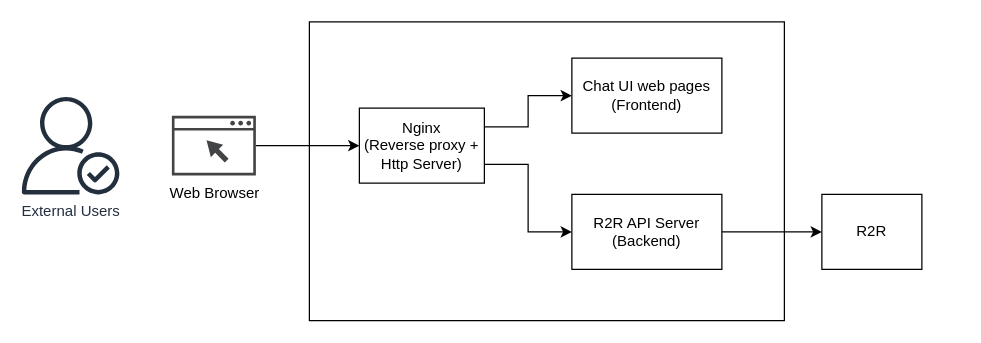
Earlier version of the draw.io diagram page "Demo implementation" (6 of 6) of Help Center Buddy.drawio (yaohuiwu/SimpleFS). Source tidied: cells renumbered, new cells numbered last; positions are measured from the earlier drawing's top-left corner, leaving out a move shared by most shapes. Both pictures are drawn from the tidied source at 125%, with x=0, y=0 at pixel (21, 21).
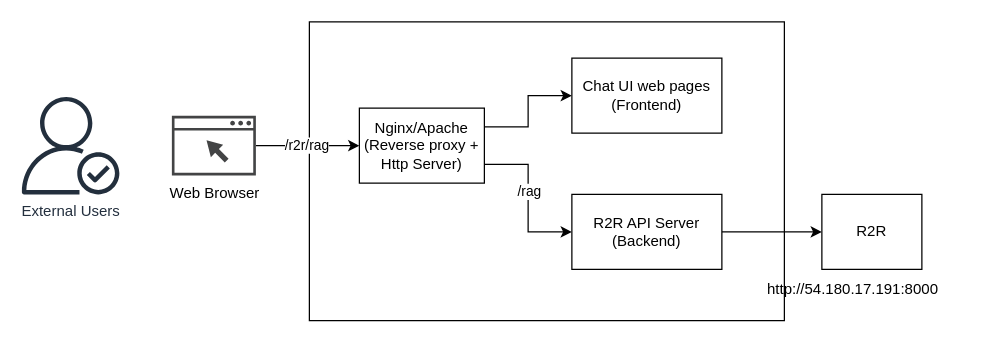
After the change.

The edit, as a diff of the source:
```diff
@@
 <mxGraphModel>
   <root>
     <mxCell id="0" />
     <mxCell id="1" parent="0" />
     <mxCell id="2" style="rounded=0;whiteSpace=wrap;html=1;" parent="1" vertex="1">
       <mxGeometry x="230" width="380" height="239" as="geometry" />
     </mxCell>
     <mxCell id="3" style="edgeStyle=orthogonalEdgeStyle;rounded=0;jettySize=auto;html=1;exitX=1;exitY=0.25;exitDx=0;exitDy=0;" parent="1" edge="1" source="5" target="9">
       <mxGeometry relative="1" as="geometry" />
     </mxCell>
     <mxCell id="4" style="edgeStyle=orthogonalEdgeStyle;rounded=0;jettySize=auto;html=1;exitX=1;exitY=0.75;exitDx=0;exitDy=0;entryX=0;entryY=0.5;entryDx=0;entryDy=0;" parent="1" edge="1" source="5" target="8">
       <mxGeometry relative="1" as="geometry" />
     </mxCell>
+    <mxCell id="13" value="/rag" style="edgeLabel;html=1;align=center;verticalAlign=middle;" parent="4" vertex="1">
+      <mxGeometry x="-0.1" relative="1" as="geometry" />
+    </mxCell>
-    <mxCell id="5" value="Nginx&lt;div&gt;(Reverse proxy + Http Server)&lt;/div&gt;" style="rounded=0;whiteSpace=wrap;html=1;" parent="1" vertex="1">
+    <mxCell id="5" value="Nginx/Apache&lt;div&gt;(Reverse proxy + Http Server)&lt;/div&gt;" style="rounded=0;whiteSpace=wrap;html=1;" parent="1" vertex="1">
       <mxGeometry x="270" y="69" width="100" height="60" as="geometry" />
     </mxCell>
     <mxCell id="6" value="External Users" style="sketch=0;fontColor=#232F3E;gradientColor=none;fillColor=#232F3D;strokeColor=none;dashed=0;verticalLabelPosition=bottom;verticalAlign=top;align=center;html=1;fontSize=12;fontStyle=0;shape=mxgraph.aws4.authenticated_user;" parent="1" vertex="1">
       <mxGeometry y="60" width="78" height="78" as="geometry" />
     </mxCell>
     <mxCell id="7" style="edgeStyle=orthogonalEdgeStyle;rounded=0;jettySize=auto;html=1;exitX=1;exitY=0.5;exitDx=0;exitDy=0;entryX=0;entryY=0.5;entryDx=0;entryDy=0;" parent="1" edge="1" source="8" target="12">
       <mxGeometry relative="1" as="geometry" />
     </mxCell>
     <mxCell id="8" value="R2R API Server&lt;div&gt;(Backend)&lt;/div&gt;" style="rounded=0;whiteSpace=wrap;html=1;" parent="1" vertex="1">
       <mxGeometry x="440" y="138" width="120" height="60" as="geometry" />
     </mxCell>
     <mxCell id="9" value="Chat UI web pages&lt;div&gt;(Frontend)&lt;/div&gt;" style="rounded=0;whiteSpace=wrap;html=1;" parent="1" vertex="1">
       <mxGeometry x="440" y="29" width="120" height="60" as="geometry" />
     </mxCell>
-    <mxCell id="10" style="edgeStyle=orthogonalEdgeStyle;rounded=0;jettySize=auto;html=1;" parent="1" edge="1" source="11" target="5">
+    <mxCell id="10" value="/r2r/rag" style="edgeStyle=orthogonalEdgeStyle;rounded=0;jettySize=auto;html=1;" parent="1" edge="1" source="11" target="5">
       <mxGeometry relative="1" as="geometry" />
     </mxCell>
     <mxCell id="11" value="Web Browser" style="sketch=0;shadow=0;dashed=0;html=1;strokeColor=none;fillColor=#434445;labelPosition=center;verticalLabelPosition=bottom;verticalAlign=top;align=center;outlineConnect=0;shape=mxgraph.vvd.web_browser;" parent="1" vertex="1">
       <mxGeometry x="120" y="75.1" width="67.2" height="47.8" as="geometry" />
     </mxCell>
     <mxCell id="12" value="R2R" style="rounded=0;whiteSpace=wrap;html=1;" parent="1" vertex="1">
       <mxGeometry x="640" y="138" width="80" height="60" as="geometry" />
     </mxCell>
+    <mxCell id="14" value="http://54.180.17.191:8000" style="text;html=1;align=center;verticalAlign=middle;whiteSpace=wrap;rounded=0;" parent="1" vertex="1">
+      <mxGeometry x="580" y="199" width="170" height="30" as="geometry" />
+    </mxCell>
   </root>
 </mxGraphModel>
```
